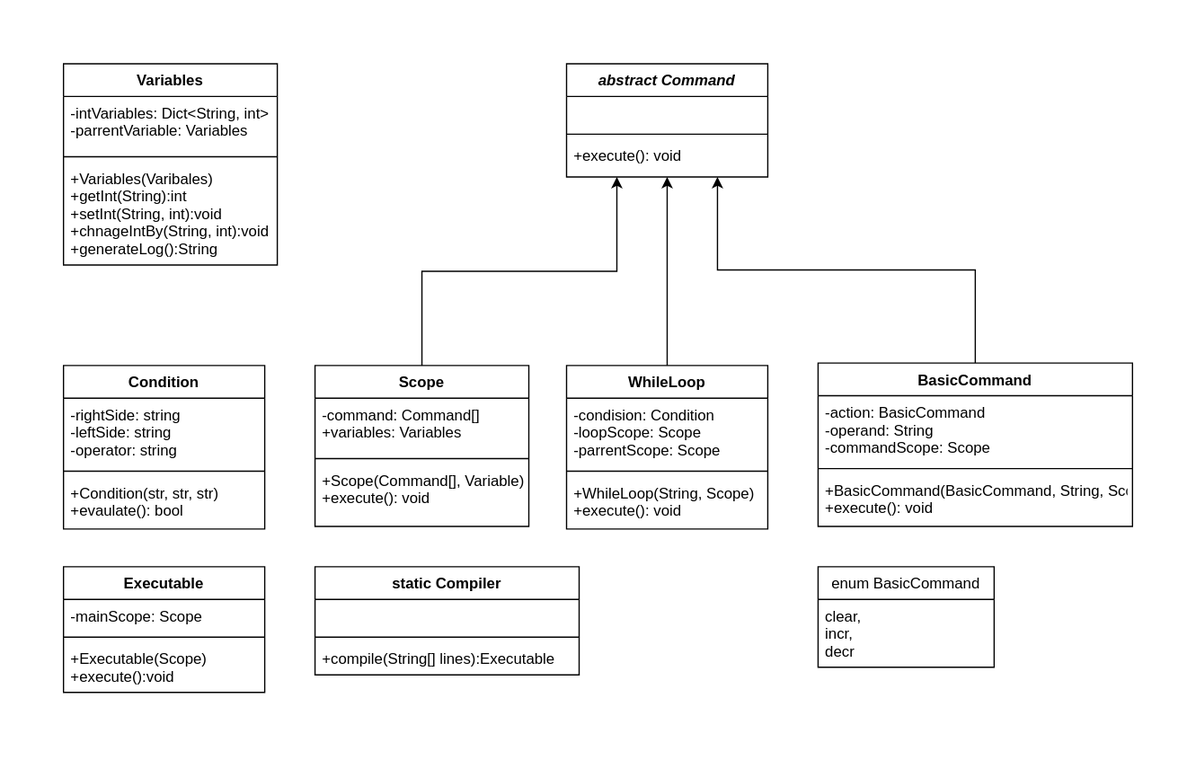
mnokno/SpaceCadets keeps this draw.io diagram as BareBonesInterpreter/documentation/uml.svg. Above is the earlier version. Source tidied: cells renumbered, new cells last; positions are measured from the earlier drawing's top-left corner, leaving out a move shared by most shapes.
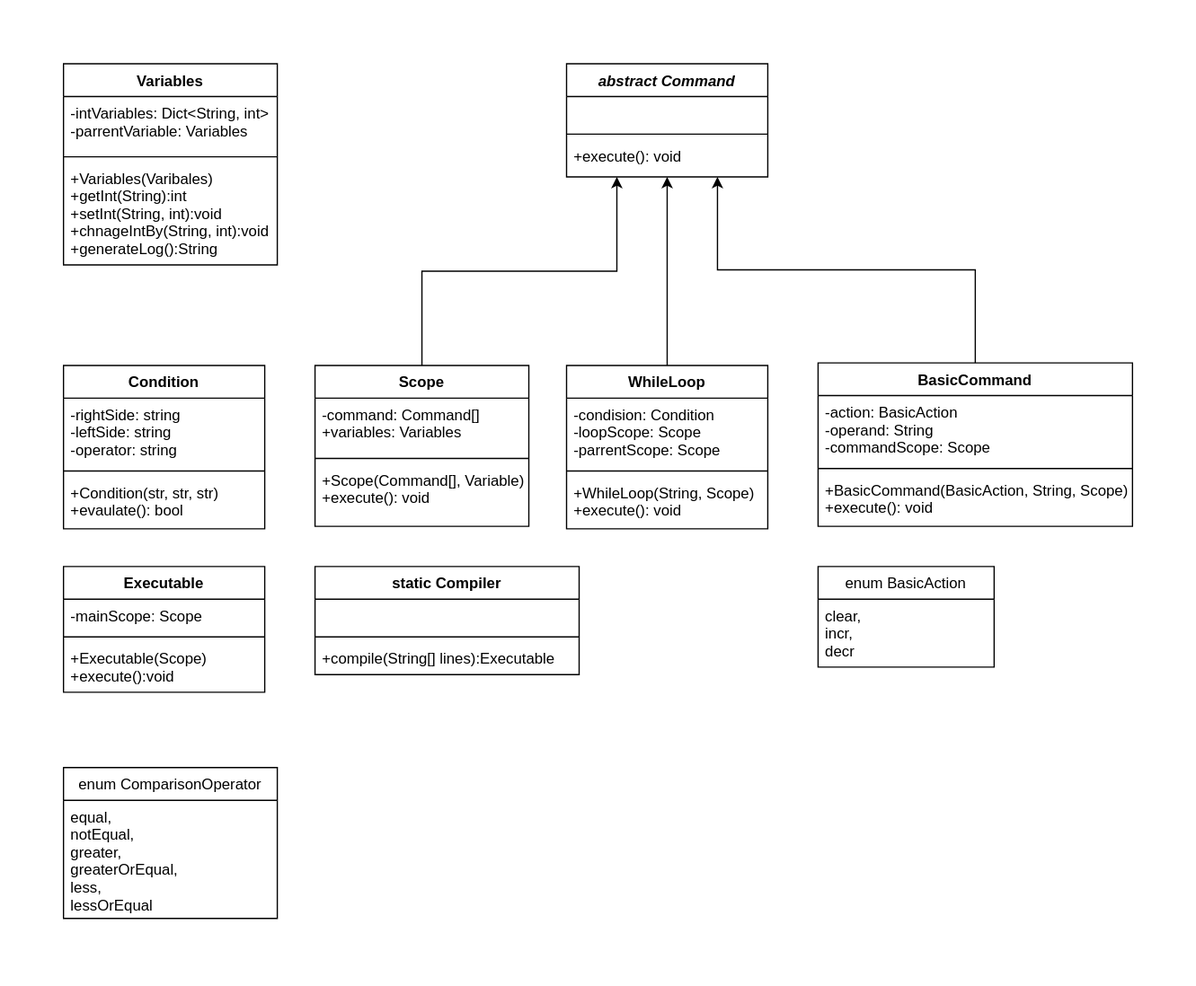
Above is the later version.

Change to the diagram source:
```diff
@@ -113,5 +113,11 @@
     <mxCell id="38" value="clear,&#10;incr,&#10;decr&#10;" style="text;strokeColor=none;fillColor=none;align=left;verticalAlign=top;spacingLeft=4;spacingRight=4;overflow=hidden;" parent="37" vertex="1">
       <mxGeometry y="26" width="140" height="54" as="geometry" />
     </mxCell>
+    <mxCell id="39" value="enum ComparisonOperator" style="swimlane;fontStyle=0;horizontal=1;startSize=26;fillColor=none;" parent="1" vertex="1">
+      <mxGeometry y="560" width="170" height="120" as="geometry" />
+    </mxCell>
+    <mxCell id="40" value="equal,&#10;notEqual,&#10;greater,&#10;greaterOrEqual,&#10;less,&#10;lessOrEqual" style="text;strokeColor=none;fillColor=none;align=left;verticalAlign=top;spacingLeft=4;spacingRight=4;overflow=hidden;" parent="39" vertex="1">
+      <mxGeometry y="26" width="170" height="94" as="geometry" />
+    </mxCell>
   </root>
 </mxGraphModel>
```
